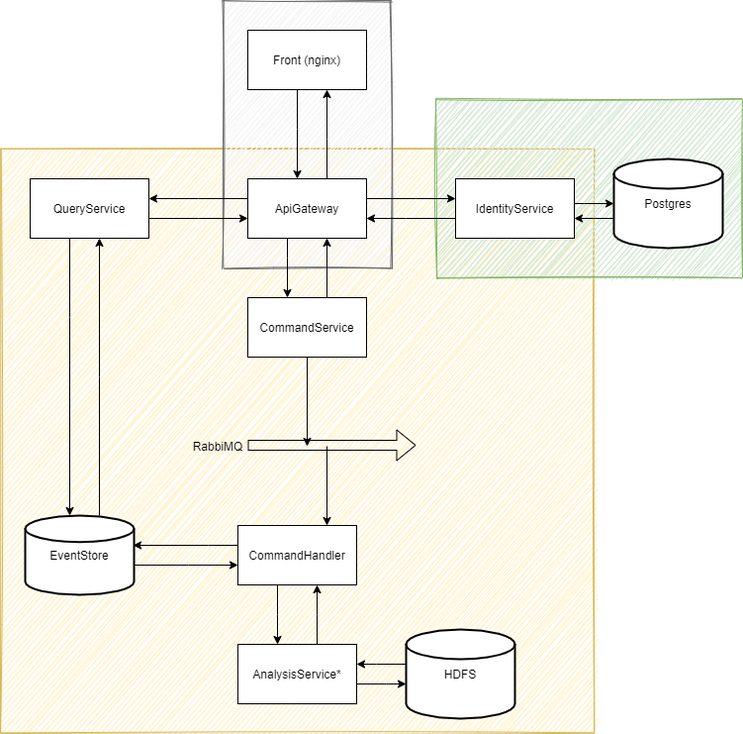
Above: docs/images/architecture-scheme.png in therrlupardo/rsww-plagiarism-detector (draw.io), before the change. Source tidied: cells renumbered, new cells last; positions are measured from the earlier drawing's top-left corner, leaving out a move shared by most shapes.
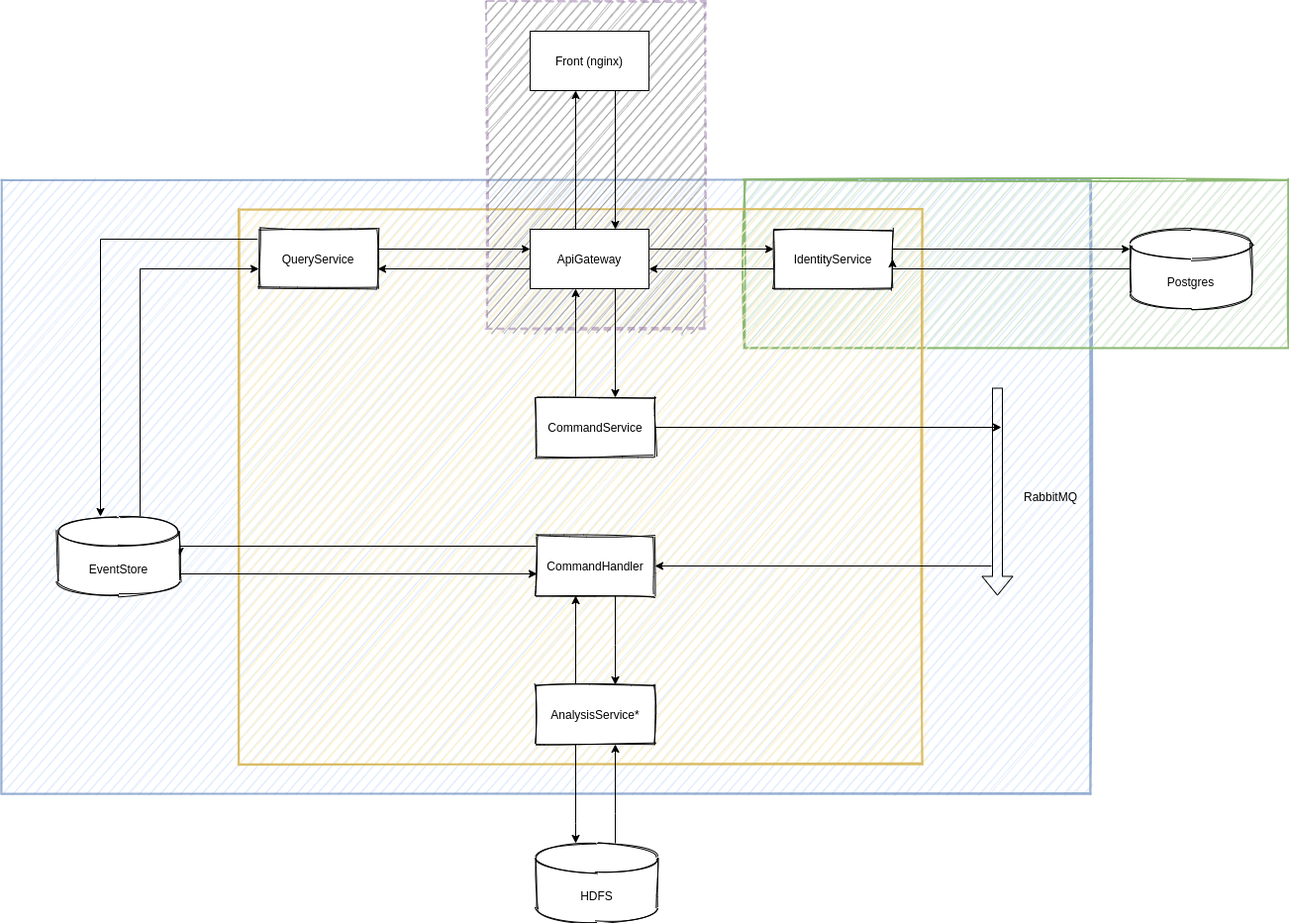
The same diagram one commit later.

Commit message:
Updated system schema

Diff of the diagram source:
```diff
@@ -2,207 +2,206 @@
   <root>
     <mxCell id="0" />
     <mxCell id="1" parent="0" />
-    <mxCell id="2" style="rounded=0;whiteSpace=wrap;html=1;fillColor=#fff2cc;strokeColor=#d6b656;sketch=1;" parent="1" vertex="1">
-      <mxGeometry y="150" width="600" height="590" as="geometry" />
-    </mxCell>
-    <mxCell id="3" style="rounded=0;whiteSpace=wrap;html=1;fillColor=#d5e8d4;strokeColor=#82b366;shadow=0;glass=0;sketch=1;" parent="1" vertex="1">
-      <mxGeometry x="440" y="100" width="310" height="180" as="geometry" />
-    </mxCell>
-    <mxCell id="4" style="rounded=0;whiteSpace=wrap;html=1;fillColor=#f5f5f5;strokeColor=#666666;fontColor=#333333;sketch=1;" parent="1" vertex="1">
-      <mxGeometry x="225" width="170" height="270" as="geometry" />
-    </mxCell>
+    <mxCell id="37" style="rounded=0;whiteSpace=wrap;html=1;sketch=1;strokeWidth=2;fillColor=#dae8fc;opacity=70;strokeColor=#6c8ebf;" parent="1" vertex="1">
+      <mxGeometry x="-260" y="190" width="1100" height="620" as="geometry" />
+    </mxCell>
+    <mxCell id="38" style="rounded=0;whiteSpace=wrap;html=1;sketch=1;strokeWidth=2;fillColor=#d5e8d4;opacity=90;strokeColor=#82b366;" parent="1" vertex="1">
+      <mxGeometry x="490" y="190" width="550" height="170" as="geometry" />
+    </mxCell>
+    <mxCell id="39" style="rounded=0;whiteSpace=wrap;html=1;sketch=1;strokeWidth=2;fillColor=#fff2cc;opacity=90;strokeColor=#d6b656;" parent="1" vertex="1">
+      <mxGeometry x="-20" y="220" width="690" height="560" as="geometry" />
+    </mxCell>
+    <mxCell id="40" style="rounded=0;whiteSpace=wrap;html=1;strokeColor=#9673a6;dashed=1;sketch=1;fillColor=#808080;strokeWidth=2;opacity=50;" parent="1" vertex="1">
+      <mxGeometry x="230" y="10" width="220" height="330" as="geometry" />
+    </mxCell>
+    <mxCell id="10" style="edgeStyle=orthogonalEdgeStyle;rounded=0;jettySize=auto;html=1;" parent="1" edge="1" source="11" target="9">
+      <mxGeometry relative="1" as="geometry">
+        <Array as="points">
+          <mxPoint x="360" y="170" />
+          <mxPoint x="360" y="170" />
+        </Array>
+      </mxGeometry>
+    </mxCell>
+    <mxCell id="11" value="Front (nginx)" style="rounded=0;whiteSpace=wrap;html=1;" parent="1" vertex="1">
+      <mxGeometry x="274" y="40" width="120" height="60" as="geometry" />
+    </mxCell>
     <mxCell id="5" style="edgeStyle=orthogonalEdgeStyle;rounded=0;jettySize=auto;html=1;" parent="1" edge="1" source="9" target="11">
       <mxGeometry relative="1" as="geometry">
         <Array as="points">
-          <mxPoint x="330" y="140" />
-          <mxPoint x="330" y="140" />
+          <mxPoint x="320" y="170" />
+          <mxPoint x="320" y="170" />
         </Array>
       </mxGeometry>
     </mxCell>
     <mxCell id="6" style="edgeStyle=orthogonalEdgeStyle;rounded=0;jettySize=auto;html=1;" parent="1" edge="1" source="9" target="14">
       <mxGeometry relative="1" as="geometry">
         <Array as="points">
-          <mxPoint x="200" y="200" />
-          <mxPoint x="200" y="200" />
+          <mxPoint x="190" y="280" />
+          <mxPoint x="190" y="280" />
         </Array>
       </mxGeometry>
     </mxCell>
+    <mxCell id="8" style="edgeStyle=orthogonalEdgeStyle;rounded=0;jettySize=auto;html=1;" parent="1" edge="1" source="9" target="34">
+      <mxGeometry relative="1" as="geometry">
+        <Array as="points">
+          <mxPoint x="470" y="260" />
+          <mxPoint x="470" y="260" />
+        </Array>
+      </mxGeometry>
+    </mxCell>
     <mxCell id="7" style="edgeStyle=orthogonalEdgeStyle;rounded=0;jettySize=auto;html=1;" parent="1" edge="1" source="9" target="29">
       <mxGeometry relative="1" as="geometry">
         <Array as="points">
-          <mxPoint x="290" y="260" />
-          <mxPoint x="290" y="260" />
+          <mxPoint x="360" y="380" />
+          <mxPoint x="360" y="380" />
         </Array>
       </mxGeometry>
     </mxCell>
-    <mxCell id="8" style="edgeStyle=orthogonalEdgeStyle;rounded=0;jettySize=auto;html=1;" parent="1" edge="1" source="9" target="34">
-      <mxGeometry relative="1" as="geometry">
-        <Array as="points">
-          <mxPoint x="420" y="200" />
-          <mxPoint x="420" y="200" />
-        </Array>
-      </mxGeometry>
-    </mxCell>
     <mxCell id="9" value="ApiGateway" style="rounded=0;whiteSpace=wrap;html=1;" parent="1" vertex="1">
-      <mxGeometry x="250" y="180" width="120" height="60" as="geometry" />
+      <mxGeometry x="274" y="240" width="120" height="60" as="geometry" />
     </mxCell>
-    <mxCell id="10" style="edgeStyle=orthogonalEdgeStyle;rounded=0;jettySize=auto;html=1;" parent="1" edge="1" source="11" target="9">
-      <mxGeometry relative="1" as="geometry">
-        <Array as="points">
-          <mxPoint x="300" y="130" />
-          <mxPoint x="300" y="130" />
-        </Array>
-      </mxGeometry>
-    </mxCell>
-    <mxCell id="11" value="Front (nginx)" style="rounded=0;whiteSpace=wrap;html=1;" parent="1" vertex="1">
-      <mxGeometry x="250" y="30" width="120" height="60" as="geometry" />
-    </mxCell>
     <mxCell id="12" style="edgeStyle=orthogonalEdgeStyle;rounded=0;jettySize=auto;html=1;" parent="1" edge="1" source="14" target="9">
       <mxGeometry relative="1" as="geometry">
         <Array as="points">
-          <mxPoint x="200" y="220" />
-          <mxPoint x="200" y="220" />
+          <mxPoint x="200" y="260" />
+          <mxPoint x="200" y="260" />
         </Array>
       </mxGeometry>
     </mxCell>
     <mxCell id="13" style="edgeStyle=orthogonalEdgeStyle;rounded=0;jettySize=auto;html=1;" parent="1" edge="1" source="14" target="26">
       <mxGeometry relative="1" as="geometry">
         <Array as="points">
-          <mxPoint x="70" y="320" />
-          <mxPoint x="70" y="320" />
+          <mxPoint x="-160" y="250" />
         </Array>
       </mxGeometry>
     </mxCell>
-    <mxCell id="14" value="QueryService" style="rounded=0;whiteSpace=wrap;html=1;" parent="1" vertex="1">
-      <mxGeometry x="30" y="180" width="120" height="60" as="geometry" />
+    <mxCell id="14" value="QueryService" style="rounded=0;whiteSpace=wrap;html=1;sketch=1;strokeWidth=1;" parent="1" vertex="1">
+      <mxGeometry y="240" width="120" height="60" as="geometry" />
     </mxCell>
+    <mxCell id="32" style="edgeStyle=orthogonalEdgeStyle;rounded=0;jettySize=auto;html=1;" parent="1" edge="1" source="34" target="9">
+      <mxGeometry relative="1" as="geometry">
+        <Array as="points">
+          <mxPoint x="460" y="280" />
+          <mxPoint x="460" y="280" />
+        </Array>
+      </mxGeometry>
+    </mxCell>
+    <mxCell id="33" style="edgeStyle=orthogonalEdgeStyle;rounded=0;jettySize=auto;html=1;" parent="1" edge="1" source="34" target="36">
+      <mxGeometry relative="1" as="geometry">
+        <Array as="points">
+          <mxPoint x="700" y="260" />
+          <mxPoint x="700" y="260" />
+        </Array>
+      </mxGeometry>
+    </mxCell>
+    <mxCell id="34" value="IdentityService" style="rounded=0;whiteSpace=wrap;html=1;sketch=1;strokeWidth=1;" parent="1" vertex="1">
+      <mxGeometry x="520" y="240" width="120" height="60" as="geometry" />
+    </mxCell>
+    <mxCell id="27" style="edgeStyle=orthogonalEdgeStyle;rounded=0;jettySize=auto;html=1;" parent="1" edge="1" source="29" target="9">
+      <mxGeometry relative="1" as="geometry">
+        <Array as="points">
+          <mxPoint x="320" y="330" />
+          <mxPoint x="320" y="330" />
+        </Array>
+      </mxGeometry>
+    </mxCell>
+    <mxCell id="41" style="edgeStyle=orthogonalEdgeStyle;rounded=0;jettySize=auto;html=1;" parent="1" edge="1" source="29">
+      <mxGeometry relative="1" as="geometry">
+        <mxPoint x="750" y="440" as="targetPoint" />
+      </mxGeometry>
+    </mxCell>
+    <mxCell id="29" value="CommandService" style="rounded=0;whiteSpace=wrap;html=1;sketch=1;strokeWidth=1;" parent="1" vertex="1">
+      <mxGeometry x="280" y="410" width="120" height="60" as="geometry" />
+    </mxCell>
+    <mxCell id="42" style="shape=flexArrow;endArrow=classic;html=1;" parent="1" edge="1">
+      <mxGeometry relative="1" as="geometry">
+        <mxPoint x="746" y="400" as="sourcePoint" />
+        <mxPoint x="746" y="610" as="targetPoint" />
+      </mxGeometry>
+    </mxCell>
+    <mxCell id="16" style="edgeStyle=orthogonalEdgeStyle;rounded=0;jettySize=auto;html=1;" parent="1" edge="1" source="17" target="23">
+      <mxGeometry relative="1" as="geometry">
+        <Array as="points">
+          <mxPoint x="360" y="660" />
+          <mxPoint x="360" y="660" />
+        </Array>
+      </mxGeometry>
+    </mxCell>
-    <mxCell id="15" style="edgeStyle=orthogonalEdgeStyle;rounded=0;jettySize=auto;html=1;entryX=0.991;entryY=0.375;entryDx=0;entryDy=0;entryPerimeter=0;" parent="1" edge="1" source="17" target="26">
+    <mxCell id="15" style="edgeStyle=orthogonalEdgeStyle;rounded=0;jettySize=auto;html=1;entryX=1;entryY=0.5;entryDx=0;entryDy=0;entryPerimeter=0;" parent="1" edge="1" source="17" target="26">
       <mxGeometry relative="1" as="geometry">
         <Array as="points">
-          <mxPoint x="210" y="550" />
-          <mxPoint x="210" y="550" />
+          <mxPoint x="-80" y="560" />
         </Array>
       </mxGeometry>
     </mxCell>
-    <mxCell id="16" style="edgeStyle=orthogonalEdgeStyle;rounded=0;jettySize=auto;html=1;" parent="1" edge="1" source="17" target="23">
-      <mxGeometry relative="1" as="geometry">
-        <Array as="points">
-          <mxPoint x="280" y="620" />
-          <mxPoint x="280" y="620" />
-        </Array>
-      </mxGeometry>
-    </mxCell>
-    <mxCell id="17" value="CommandHandler" style="rounded=0;whiteSpace=wrap;html=1;" parent="1" vertex="1">
-      <mxGeometry x="240" y="530" width="120" height="60" as="geometry" />
+    <mxCell id="17" value="CommandHandler" style="rounded=0;whiteSpace=wrap;html=1;sketch=1;strokeWidth=1;" parent="1" vertex="1">
+      <mxGeometry x="280" y="550" width="120" height="60" as="geometry" />
     </mxCell>
-    <mxCell id="18" style="shape=flexArrow;endArrow=classic;html=1;" parent="1" edge="1">
-      <mxGeometry relative="1" as="geometry">
-        <mxPoint x="250" y="449" as="sourcePoint" />
-        <mxPoint x="420" y="449" as="targetPoint" />
-      </mxGeometry>
-    </mxCell>
-    <mxCell id="19" value="RabbiMQ" style="text;html=1;strokeColor=none;fillColor=none;align=center;verticalAlign=middle;whiteSpace=wrap;rounded=0;" parent="1" vertex="1">
-      <mxGeometry x="200" y="440" width="40" height="20" as="geometry" />
-    </mxCell>
-    <mxCell id="20" style="endArrow=classic;html=1;entryX=0.75;entryY=0;entryDx=0;entryDy=0;" parent="1" edge="1" target="17">
-      <mxGeometry relative="1" as="geometry">
-        <mxPoint x="330" y="450" as="sourcePoint" />
-      </mxGeometry>
-    </mxCell>
+    <mxCell id="43" style="endArrow=classic;html=1;entryX=1;entryY=0.5;entryDx=0;entryDy=0;" parent="1" edge="1" target="17">
+      <mxGeometry relative="1" as="geometry">
+        <mxPoint x="740" y="580" as="sourcePoint" />
+      </mxGeometry>
+    </mxCell>
+    <mxCell id="44" value="RabbitMQ" style="text;html=1;strokeColor=none;fillColor=none;align=center;verticalAlign=middle;whiteSpace=wrap;rounded=0;sketch=1;" parent="1" vertex="1">
+      <mxGeometry x="780" y="500" width="40" height="20" as="geometry" />
+    </mxCell>
     <mxCell id="21" style="edgeStyle=orthogonalEdgeStyle;rounded=0;jettySize=auto;html=1;" parent="1" edge="1" source="23" target="17">
       <mxGeometry relative="1" as="geometry">
         <Array as="points">
-          <mxPoint x="320" y="620" />
-          <mxPoint x="320" y="620" />
+          <mxPoint x="320" y="640" />
+          <mxPoint x="320" y="640" />
         </Array>
       </mxGeometry>
     </mxCell>
     <mxCell id="22" style="edgeStyle=orthogonalEdgeStyle;rounded=0;jettySize=auto;html=1;" parent="1" edge="1" source="23" target="31">
       <mxGeometry relative="1" as="geometry">
         <Array as="points">
-          <mxPoint x="390" y="690" />
-          <mxPoint x="390" y="690" />
+          <mxPoint x="320" y="840" />
+          <mxPoint x="320" y="840" />
         </Array>
       </mxGeometry>
     </mxCell>
-    <mxCell id="23" value="AnalysisService*" style="rounded=0;whiteSpace=wrap;html=1;" parent="1" vertex="1">
-      <mxGeometry x="240" y="650" width="120" height="60" as="geometry" />
+    <mxCell id="23" value="AnalysisService*" style="rounded=0;whiteSpace=wrap;html=1;sketch=1;strokeWidth=1;" parent="1" vertex="1">
+      <mxGeometry x="280" y="700" width="120" height="60" as="geometry" />
     </mxCell>
+    <mxCell id="35" style="edgeStyle=orthogonalEdgeStyle;rounded=0;jettySize=auto;html=1;entryX=1;entryY=0.5;entryDx=0;entryDy=0;" parent="1" edge="1" source="36" target="34">
+      <mxGeometry relative="1" as="geometry">
+        <Array as="points">
+          <mxPoint x="640" y="280" />
+        </Array>
+      </mxGeometry>
+    </mxCell>
+    <mxCell id="36" value="Postgres" style="shape=cylinder3;whiteSpace=wrap;html=1;boundedLbl=1;backgroundOutline=1;size=15;sketch=1;strokeWidth=1;fillColor=#FFFFFF;" parent="1" vertex="1">
+      <mxGeometry x="880" y="240" width="123" height="80" as="geometry" />
+    </mxCell>
+    <mxCell id="25" style="edgeStyle=orthogonalEdgeStyle;rounded=0;jettySize=auto;html=1;" parent="1" edge="1" source="26" target="14">
+      <mxGeometry relative="1" as="geometry">
+        <Array as="points">
+          <mxPoint x="-120" y="280" />
+        </Array>
+      </mxGeometry>
+    </mxCell>
-    <mxCell id="24" style="edgeStyle=orthogonalEdgeStyle;rounded=0;jettySize=auto;html=1;" parent="1" edge="1" source="26" target="17">
+    <mxCell id="24" style="edgeStyle=orthogonalEdgeStyle;rounded=0;jettySize=auto;html=1;entryX=0.008;entryY=0.633;entryDx=0;entryDy=0;entryPerimeter=0;" parent="1" edge="1" source="26" target="17">
       <mxGeometry relative="1" as="geometry">
         <Array as="points">
-          <mxPoint x="190" y="570" />
-          <mxPoint x="190" y="570" />
+          <mxPoint x="20" y="588" />
+          <mxPoint x="20" y="588" />
         </Array>
       </mxGeometry>
     </mxCell>
-    <mxCell id="25" style="edgeStyle=orthogonalEdgeStyle;rounded=0;jettySize=auto;html=1;" parent="1" edge="1" source="26" target="14">
-      <mxGeometry relative="1" as="geometry">
-        <Array as="points">
-          <mxPoint x="100" y="380" />
-          <mxPoint x="100" y="380" />
-        </Array>
-      </mxGeometry>
-    </mxCell>
-    <mxCell id="26" value="EventStore" style="strokeWidth=2;html=1;shape=mxgraph.flowchart.database;whiteSpace=wrap;" parent="1" vertex="1">
-      <mxGeometry x="25" y="520" width="110" height="80" as="geometry" />
+    <mxCell id="26" value="EventStore" style="shape=cylinder3;whiteSpace=wrap;html=1;boundedLbl=1;backgroundOutline=1;size=15;sketch=1;strokeWidth=1;fillColor=#FFFFFF;" parent="1" vertex="1">
+      <mxGeometry x="-203" y="530" width="123" height="80" as="geometry" />
     </mxCell>
-    <mxCell id="27" style="edgeStyle=orthogonalEdgeStyle;rounded=0;jettySize=auto;html=1;" parent="1" edge="1" source="29" target="9">
-      <mxGeometry relative="1" as="geometry">
-        <Array as="points">
-          <mxPoint x="330" y="270" />
-          <mxPoint x="330" y="270" />
-        </Array>
-      </mxGeometry>
-    </mxCell>
-    <mxCell id="28" style="edgeStyle=orthogonalEdgeStyle;rounded=0;jettySize=auto;html=1;" parent="1" edge="1" source="29">
-      <mxGeometry relative="1" as="geometry">
-        <mxPoint x="310" y="450" as="targetPoint" />
-      </mxGeometry>
-    </mxCell>
-    <mxCell id="29" value="CommandService" style="rounded=0;whiteSpace=wrap;html=1;" parent="1" vertex="1">
-      <mxGeometry x="250" y="300" width="120" height="60" as="geometry" />
-    </mxCell>
     <mxCell id="30" style="edgeStyle=orthogonalEdgeStyle;rounded=0;jettySize=auto;html=1;" parent="1" edge="1" source="31" target="23">
       <mxGeometry relative="1" as="geometry">
         <Array as="points">
-          <mxPoint x="380" y="670" />
-          <mxPoint x="380" y="670" />
+          <mxPoint x="360" y="830" />
+          <mxPoint x="360" y="830" />
         </Array>
       </mxGeometry>
     </mxCell>
-    <mxCell id="31" value="HDFS" style="strokeWidth=2;html=1;shape=mxgraph.flowchart.database;whiteSpace=wrap;" parent="1" vertex="1">
-      <mxGeometry x="410" y="635" width="110" height="90" as="geometry" />
+    <mxCell id="31" value="HDFS" style="shape=cylinder3;whiteSpace=wrap;html=1;boundedLbl=1;backgroundOutline=1;size=15;sketch=1;strokeWidth=1;fillColor=#FFFFFF;" parent="1" vertex="1">
+      <mxGeometry x="280" y="860" width="123" height="80" as="geometry" />
     </mxCell>
-    <mxCell id="32" style="edgeStyle=orthogonalEdgeStyle;rounded=0;jettySize=auto;html=1;" parent="1" edge="1" source="34" target="9">
-      <mxGeometry relative="1" as="geometry">
-        <Array as="points">
-          <mxPoint x="410" y="220" />
-          <mxPoint x="410" y="220" />
-        </Array>
-      </mxGeometry>
-    </mxCell>
-    <mxCell id="33" style="edgeStyle=orthogonalEdgeStyle;rounded=0;jettySize=auto;html=1;" parent="1" edge="1" source="34" target="36">
-      <mxGeometry relative="1" as="geometry">
-        <Array as="points">
-          <mxPoint x="590" y="205" />
-          <mxPoint x="590" y="205" />
-        </Array>
-      </mxGeometry>
-    </mxCell>
-    <mxCell id="34" value="IdentityService" style="rounded=0;whiteSpace=wrap;html=1;" parent="1" vertex="1">
-      <mxGeometry x="460" y="180" width="120" height="60" as="geometry" />
-    </mxCell>
-    <mxCell id="35" style="edgeStyle=orthogonalEdgeStyle;rounded=0;jettySize=auto;html=1;" parent="1" edge="1" source="36" target="34">
-      <mxGeometry relative="1" as="geometry">
-        <Array as="points">
-          <mxPoint x="600" y="220" />
-          <mxPoint x="600" y="220" />
-        </Array>
-      </mxGeometry>
-    </mxCell>
-    <mxCell id="36" value="Postgres" style="strokeWidth=2;html=1;shape=mxgraph.flowchart.database;whiteSpace=wrap;" parent="1" vertex="1">
-      <mxGeometry x="620" y="160" width="110" height="90" as="geometry" />
-    </mxCell>
   </root>
 </mxGraphModel>
```
